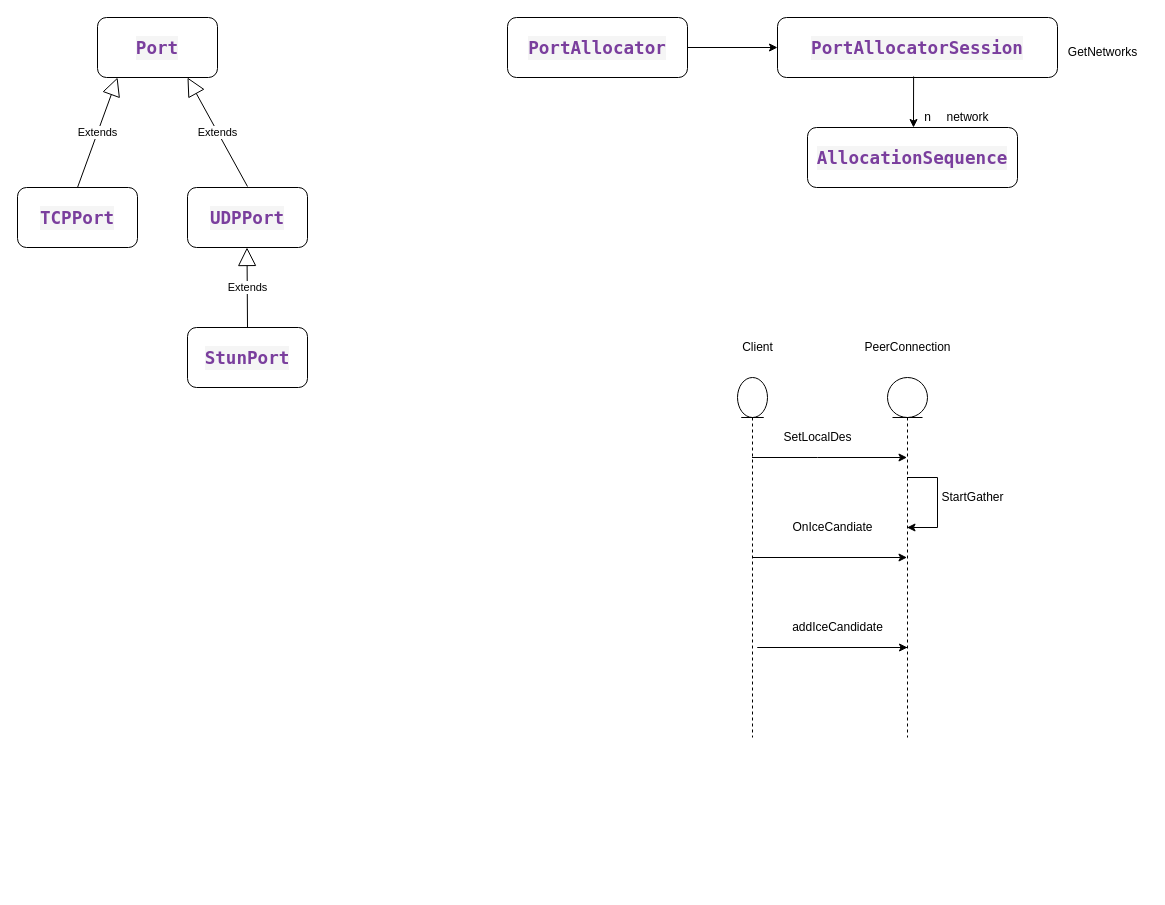
shcalm/repo_drawio keeps this draw.io diagram as page "P2P" (9 of 9) of congestion.drawio. Above is the earlier version. Source tidied: cells renumbered, new cells numbered last; positions are measured from the earlier drawing's top-left corner, leaving out a move shared by most shapes. Both pictures are drawn from the tidied source at 100%, with x=0, y=0 at pixel (17, 17).
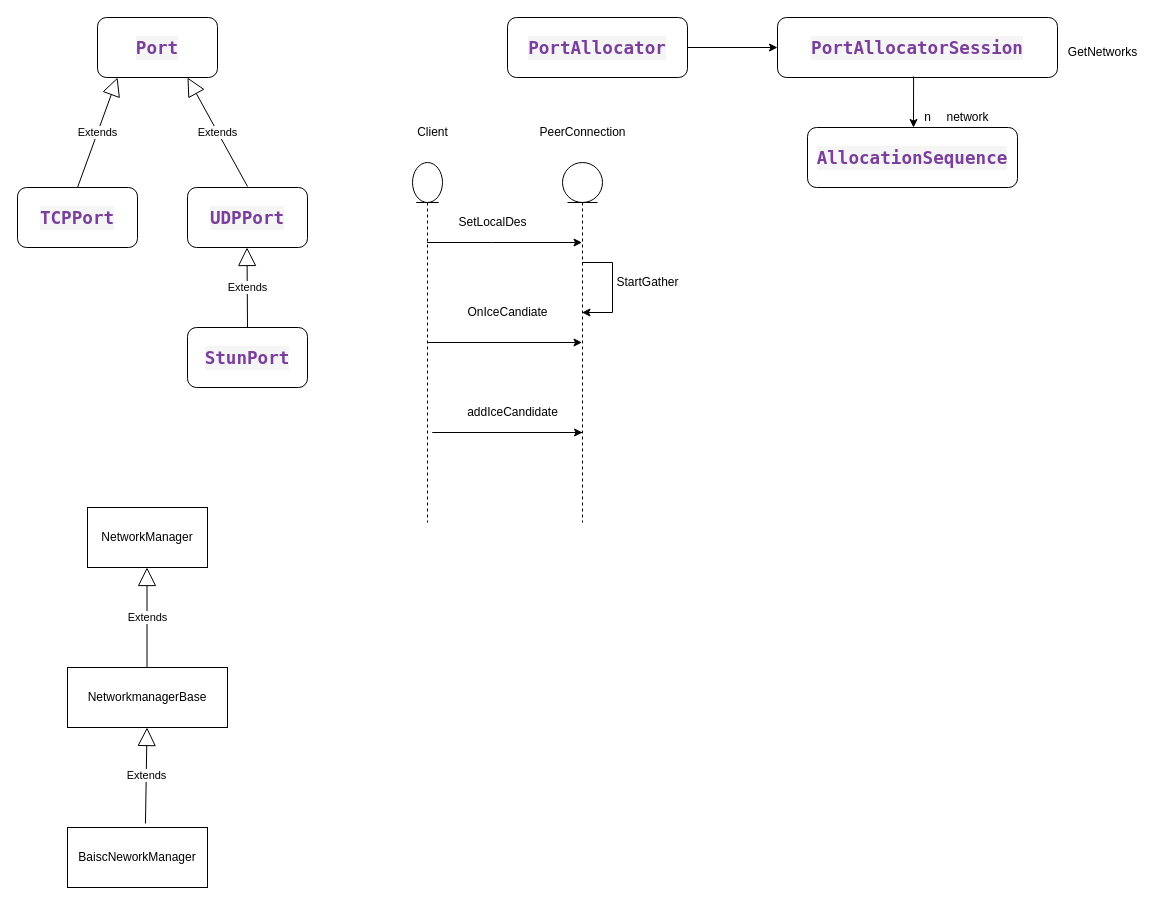
The same diagram, later.

Change to the diagram source:
```diff
@@
     <mxCell id="13" style="edgeStyle=orthogonalEdgeStyle;rounded=0;jettySize=auto;html=1;" parent="1" edge="1" source="15" target="17">
       <mxGeometry relative="1" as="geometry">
         <Array as="points">
-          <mxPoint x="800" y="440" />
-          <mxPoint x="800" y="440" />
+          <mxPoint x="475" y="225" />
+          <mxPoint x="475" y="225" />
         </Array>
       </mxGeometry>
     </mxCell>
@@
     <mxCell id="15" style="shape=umlLifeline;participant=umlEntity;perimeter=lifelinePerimeter;whiteSpace=wrap;html=1;verticalAlign=top;spacingTop=36;outlineConnect=0;" parent="1" vertex="1">
-      <mxGeometry x="720" y="360" width="30" height="360" as="geometry" />
+      <mxGeometry x="395" y="145" width="30" height="360" as="geometry" />
     </mxCell>
     <mxCell id="16" style="edgeStyle=orthogonalEdgeStyle;rounded=0;jettySize=auto;html=1;" parent="1" edge="1" source="17">
       <mxGeometry relative="1" as="geometry">
-        <mxPoint x="890" y="630" as="targetPoint" />
+        <mxPoint x="565" y="415" as="targetPoint" />
         <Array as="points">
-          <mxPoint x="740" y="630" />
-          <mxPoint x="740" y="630" />
+          <mxPoint x="415" y="415" />
+          <mxPoint x="415" y="415" />
         </Array>
       </mxGeometry>
     </mxCell>
     <mxCell id="17" style="shape=umlLifeline;participant=umlEntity;perimeter=lifelinePerimeter;whiteSpace=wrap;html=1;verticalAlign=top;spacingTop=36;outlineConnect=0;" parent="1" vertex="1">
-      <mxGeometry x="870" y="360" width="40" height="360" as="geometry" />
+      <mxGeometry x="545" y="145" width="40" height="360" as="geometry" />
     </mxCell>
     <mxCell id="18" value="Client" style="text;html=1;align=center;verticalAlign=middle;strokeColor=none;fillColor=none;" parent="1" vertex="1">
-      <mxGeometry x="715" y="315" width="50" height="30" as="geometry" />
+      <mxGeometry x="390" y="100" width="50" height="30" as="geometry" />
     </mxCell>
     <mxCell id="19" value="PeerConnection" style="text;html=1;align=center;verticalAlign=middle;strokeColor=none;fillColor=none;" parent="1" vertex="1">
-      <mxGeometry x="835" y="315" width="110" height="30" as="geometry" />
+      <mxGeometry x="510" y="100" width="110" height="30" as="geometry" />
     </mxCell>
     <mxCell id="20" value="SetLocalDes" style="text;html=1;align=center;verticalAlign=middle;strokeColor=none;fillColor=none;" parent="1" vertex="1">
-      <mxGeometry x="755" y="405" width="90" height="30" as="geometry" />
+      <mxGeometry x="430" y="190" width="90" height="30" as="geometry" />
     </mxCell>
     <mxCell id="21" style="edgeStyle=orthogonalEdgeStyle;rounded=0;orthogonalLoop=1;jettySize=auto;html=1;" parent="1" edge="1" source="17" target="17">
       <mxGeometry relative="1" as="geometry">
         <Array as="points">
-          <mxPoint x="920" y="460" />
-          <mxPoint x="910" y="510" />
+          <mxPoint x="595" y="245" />
+          <mxPoint x="585" y="295" />
         </Array>
       </mxGeometry>
     </mxCell>
     <mxCell id="22" value="StartGather" style="text;html=1;align=center;verticalAlign=middle;strokeColor=none;fillColor=none;" parent="1" vertex="1">
-      <mxGeometry x="910" y="465" width="90" height="30" as="geometry" />
+      <mxGeometry x="585" y="250" width="90" height="30" as="geometry" />
     </mxCell>
     <mxCell id="23" value="OnIceCandiate" style="text;html=1;align=center;verticalAlign=middle;strokeColor=none;fillColor=none;" parent="1" vertex="1">
-      <mxGeometry x="765" y="495" width="100" height="30" as="geometry" />
+      <mxGeometry x="440" y="280" width="100" height="30" as="geometry" />
     </mxCell>
     <mxCell id="24" value="addIceCandidate" style="text;html=1;align=center;verticalAlign=middle;strokeColor=none;fillColor=none;" parent="1" vertex="1">
-      <mxGeometry x="765" y="595" width="110" height="30" as="geometry" />
+      <mxGeometry x="440" y="380" width="110" height="30" as="geometry" />
     </mxCell>
@@
+    <mxCell id="29" value="BaiscNeworkManager" style="rounded=0;whiteSpace=wrap;html=1;" parent="1" vertex="1">
+      <mxGeometry x="50" y="810" width="140" height="60" as="geometry" />
+    </mxCell>
+    <mxCell id="30" value="Extends" style="endArrow=block;endSize=16;endFill=0;html=1;rounded=0;exitX=0.557;exitY=-0.067;exitDx=0;exitDy=0;exitPerimeter=0;" parent="1" edge="1" source="29" target="31">
+      <mxGeometry relative="1" as="geometry" />
+    </mxCell>
+    <mxCell id="31" value="NetworkmanagerBase" style="rounded=0;whiteSpace=wrap;html=1;" parent="1" vertex="1">
+      <mxGeometry x="50" y="650" width="160" height="60" as="geometry" />
+    </mxCell>
+    <mxCell id="32" value="Extends" style="endArrow=block;endSize=16;endFill=0;html=1;rounded=0;" parent="1" edge="1">
+      <mxGeometry relative="1" as="geometry">
+        <mxPoint x="129.5" y="650" as="sourcePoint" />
+        <mxPoint x="129.5" y="550" as="targetPoint" />
+      </mxGeometry>
+    </mxCell>
+    <mxCell id="33" value="NetworkManager" style="rounded=0;whiteSpace=wrap;html=1;" parent="1" vertex="1">
+      <mxGeometry x="70" y="490" width="120" height="60" as="geometry" />
+    </mxCell>
```
